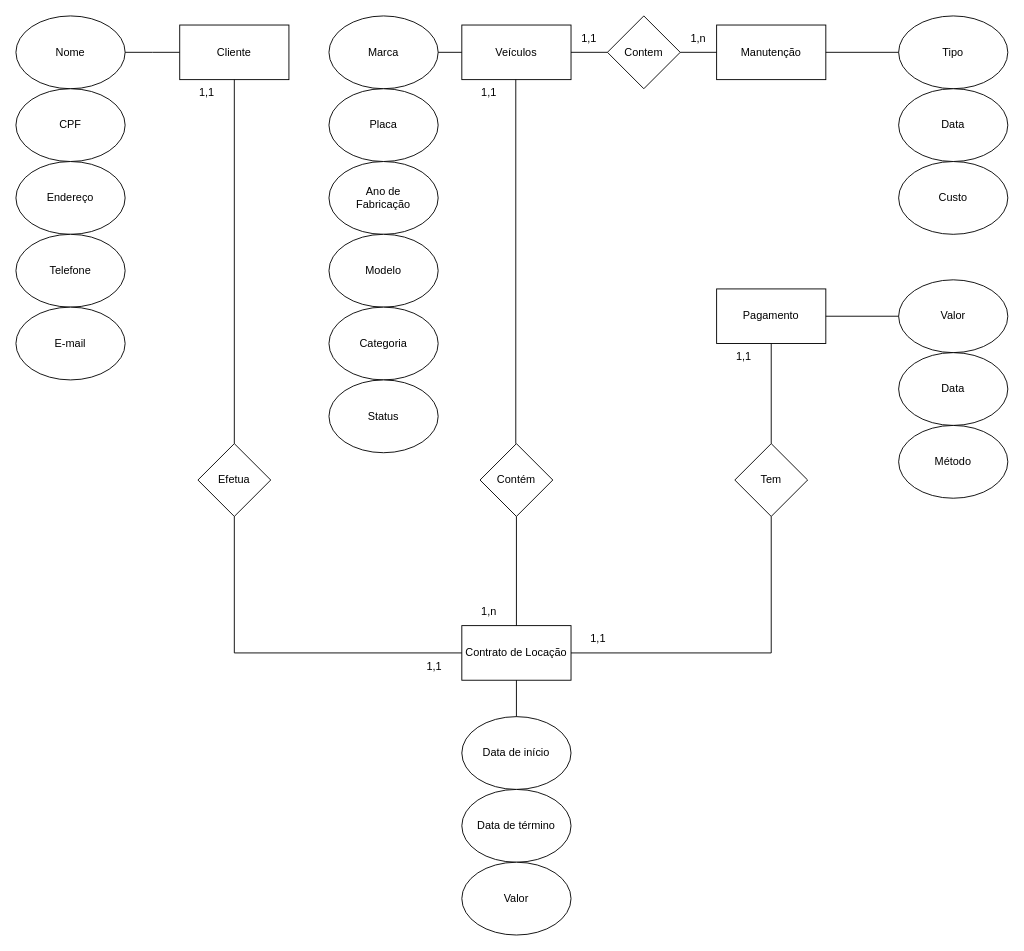
Earlier version of the draw.io diagram Banco-De-Dados/Atividade3.drawio (JESFTechnology/IF-Machado-2-Periodo). Source tidied: cells renumbered, new cells numbered last; positions are measured from the earlier drawing's top-left corner, leaving out a move shared by most shapes. Both pictures are drawn from the tidied source at 91%, with x=0, y=0 at pixel (15, 15).
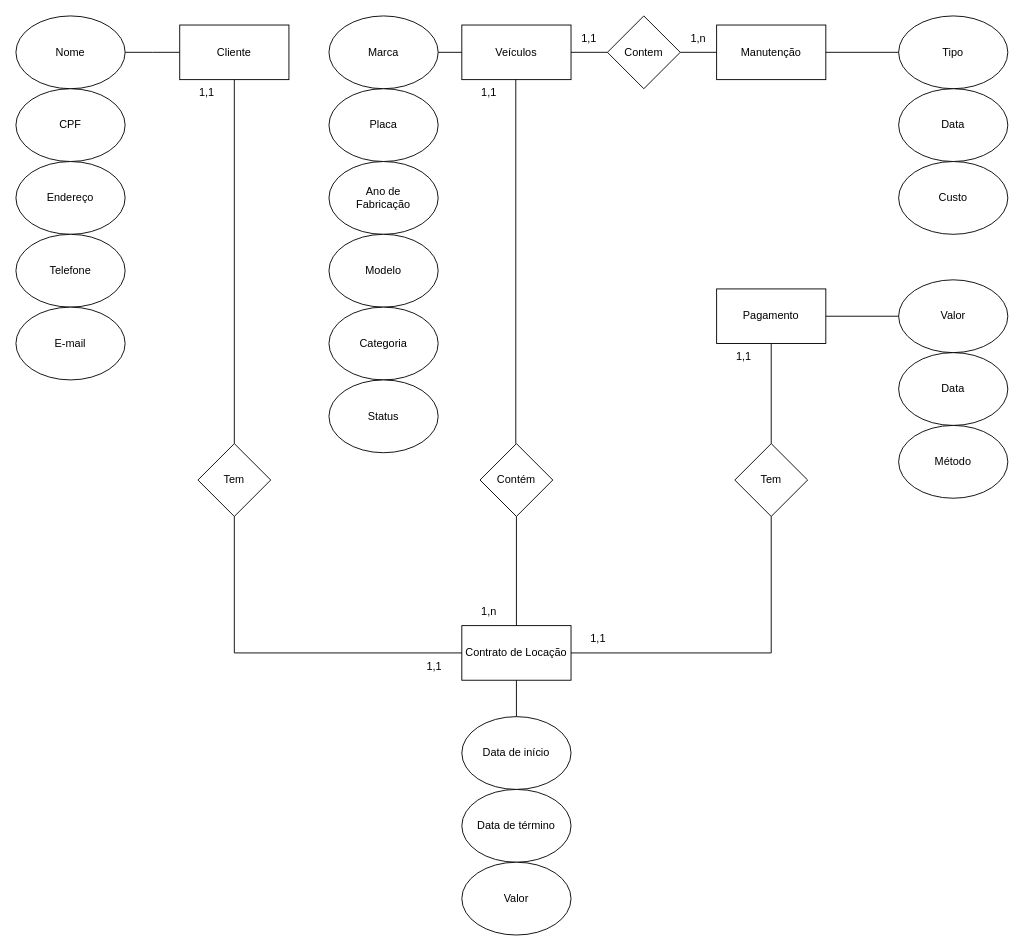
Above is the later version.

Commit message:
Atualização nas cardinalidades

What changed in the source:
```diff
@@
-    <mxCell id="103" value="Efetua" style="text;html=1;align=center;verticalAlign=middle;whiteSpace=wrap;rounded=0;" parent="1" vertex="1">
+    <mxCell id="103" value="Tem" style="text;html=1;align=center;verticalAlign=middle;whiteSpace=wrap;rounded=0;" parent="1" vertex="1">
       <mxGeometry x="210" y="495" width="60" height="30" as="geometry" />
     </mxCell>
```
